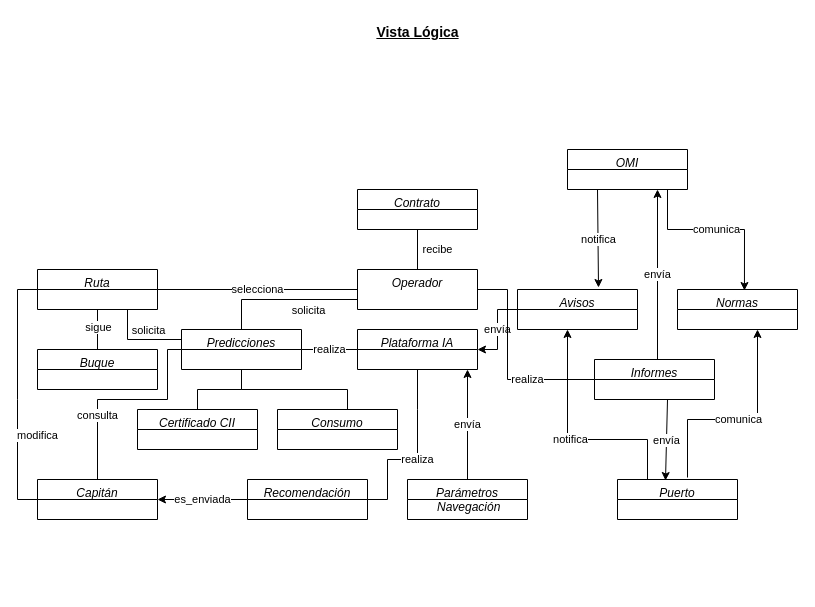
This is Vista_Logica V3 .drawio from jdiazfer/ADS_Practica1, a draw.io file, before an edit. Source tidied: cells renumbered, new cells numbered last; positions are measured from the earlier drawing's top-left corner, leaving out a move shared by most shapes. Both pictures are drawn from the tidied source at 100%, with x=0, y=0 at pixel (17, 17).
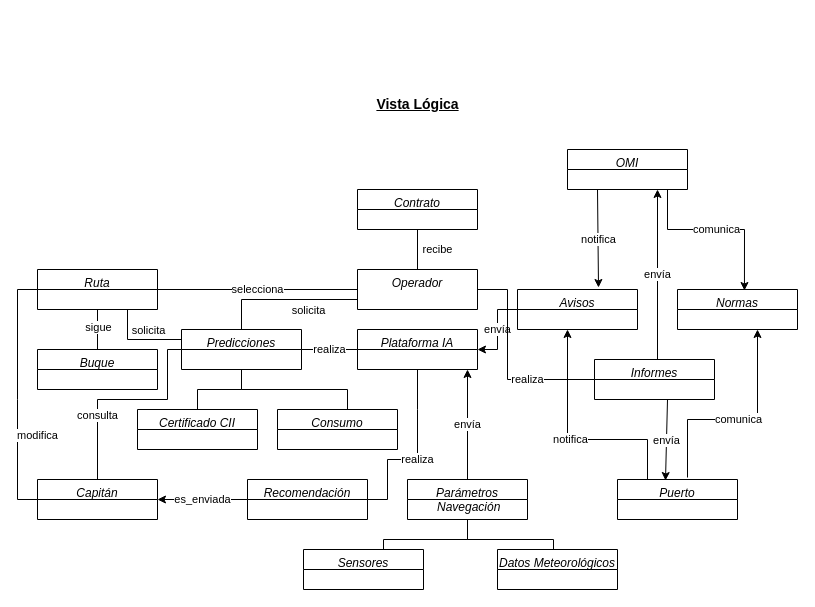
Above is the later version.

Commit message:
Update Vista_Logica V4 .drawio

The change refers to these unchanged cells:
```xml
<mxCell id="6" value="Parámetros&#10; Navegación" style="swimlane;fontStyle=2;align=center;verticalAlign=top;horizontal=1;startSize=20;rounded=0;shadow=0;strokeWidth=1;" parent="1" vertex="1">
  <mxGeometry x="390" y="462" width="120" height="40" as="geometry" />
</mxCell>
```

Change to the diagram source:
```diff
@@
+    <mxCell id="42" value="&lt;font style=&quot;font-size: 14px;&quot;&gt;Vista Lógica&lt;/font&gt;" style="text;html=1;align=center;verticalAlign=middle;strokeColor=none;fillColor=none;fontStyle=5;" parent="1" vertex="1">
+      <mxGeometry x="350" y="72" width="100" height="30" as="geometry" />
+    </mxCell>
@@
-    <mxCell id="42" value="&lt;font style=&quot;font-size: 14px;&quot;&gt;Vista Lógica&lt;/font&gt;" style="text;html=1;align=center;verticalAlign=middle;strokeColor=none;fillColor=none;fontStyle=5;" parent="1" vertex="1">
-      <mxGeometry x="350" width="100" height="30" as="geometry" />
-    </mxCell>
+    <mxCell id="43" value="Sensores" style="swimlane;fontStyle=2;align=center;verticalAlign=top;horizontal=1;startSize=20;rounded=0;shadow=0;strokeWidth=1;" parent="1" vertex="1">
+      <mxGeometry x="286" y="532" width="120" height="40" as="geometry" />
+    </mxCell>
+    <mxCell id="44" value="Datos Meteorológicos" style="swimlane;fontStyle=2;align=center;verticalAlign=top;horizontal=1;startSize=20;rounded=0;shadow=0;strokeWidth=1;" parent="1" vertex="1">
+      <mxGeometry x="480" y="532" width="120" height="40" as="geometry" />
+    </mxCell>
+    <mxCell id="45" style="endArrow=none;html=1;rounded=0;entryX=0.5;entryY=1;entryDx=0;entryDy=0;" parent="1" edge="1" target="6">
+      <mxGeometry relative="1" as="geometry">
+        <mxPoint x="366" y="532" as="sourcePoint" />
+        <Array as="points">
+          <mxPoint x="366" y="522" />
+          <mxPoint x="450" y="522" />
+        </Array>
+      </mxGeometry>
+    </mxCell>
+    <mxCell id="46" style="endArrow=none;html=1;rounded=0;entryX=0.5;entryY=1;entryDx=0;entryDy=0;" parent="1" edge="1" target="6">
+      <mxGeometry relative="1" as="geometry">
+        <mxPoint x="536" y="532" as="sourcePoint" />
+        <Array as="points">
+          <mxPoint x="536" y="522" />
+          <mxPoint x="450" y="522" />
+        </Array>
+      </mxGeometry>
+    </mxCell>
```
